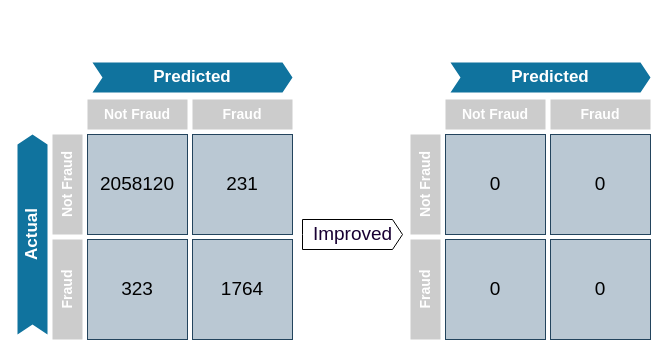
WindyCatHub/Journey-to-Data-Science keeps this draw.io diagram as images/Improvement.drawio. Above is the earlier version. Source tidied: cells renumbered, new cells numbered last; positions are measured from the earlier drawing's top-left corner, leaving out a move shared by most shapes. Both pictures are drawn from the tidied source at 100%, with x=0, y=0 at pixel (-68, 62).
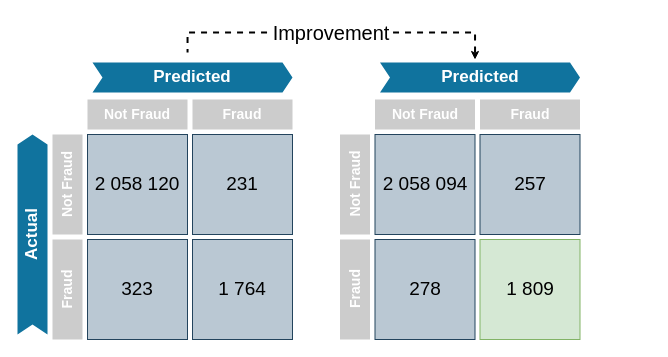
Above is the later version.

Change to the diagram source:
```diff
@@
-    <mxCell id="2" value="2058120" style="html=1;fillColor=#bac8d3;strokeColor=#23445d;shadow=0;fontSize=19;align=center;fontStyle=0;whiteSpace=wrap;rounded=0;" parent="1" vertex="1">
+    <mxCell id="2" value="2 058 120" style="html=1;fillColor=#bac8d3;strokeColor=#23445d;shadow=0;fontSize=19;align=center;fontStyle=0;whiteSpace=wrap;rounded=0;" parent="1" vertex="1">
       <mxGeometry x="155" y="72" width="100" height="100" as="geometry" />
     </mxCell>
@@
-    <mxCell id="5" value="1764" style="html=1;fillColor=#bac8d3;strokeColor=#23445d;shadow=0;fontSize=19;align=center;fontStyle=0;whiteSpace=wrap;rounded=0;" parent="1" vertex="1">
+    <mxCell id="5" value="1 764" style="html=1;fillColor=#bac8d3;strokeColor=#23445d;shadow=0;fontSize=19;align=center;fontStyle=0;whiteSpace=wrap;rounded=0;" parent="1" vertex="1">
       <mxGeometry x="260" y="177" width="100" height="100" as="geometry" />
     </mxCell>
@@
-    <mxCell id="12" value="0" style="html=1;fillColor=#bac8d3;strokeColor=#23445d;shadow=0;fontSize=19;align=center;fontStyle=0;whiteSpace=wrap;rounded=0;" parent="1" vertex="1">
-      <mxGeometry x="513" y="72" width="100" height="100" as="geometry" />
+    <mxCell id="12" value="2 058 094" style="html=1;fillColor=#bac8d3;strokeColor=#23445d;shadow=0;fontSize=19;align=center;fontStyle=0;whiteSpace=wrap;rounded=0;" parent="1" vertex="1">
+      <mxGeometry x="442.5" y="72" width="100" height="100" as="geometry" />
     </mxCell>
-    <mxCell id="13" value="0" style="html=1;fillColor=#bac8d3;strokeColor=#23445d;shadow=0;fontSize=19;align=center;fontStyle=0;whiteSpace=wrap;rounded=0;" parent="1" vertex="1">
-      <mxGeometry x="618" y="72" width="100" height="100" as="geometry" />
+    <mxCell id="13" value="257" style="html=1;fillColor=#bac8d3;strokeColor=#23445d;shadow=0;fontSize=19;align=center;fontStyle=0;whiteSpace=wrap;rounded=0;" parent="1" vertex="1">
+      <mxGeometry x="547.5" y="72" width="100" height="100" as="geometry" />
     </mxCell>
-    <mxCell id="14" value="0" style="html=1;fillColor=#bac8d3;strokeColor=#23445d;shadow=0;fontSize=19;align=center;fontStyle=0;whiteSpace=wrap;rounded=0;" parent="1" vertex="1">
-      <mxGeometry x="513" y="177" width="100" height="100" as="geometry" />
+    <mxCell id="14" value="278" style="html=1;fillColor=#bac8d3;strokeColor=#23445d;shadow=0;fontSize=19;align=center;fontStyle=0;whiteSpace=wrap;rounded=0;" parent="1" vertex="1">
+      <mxGeometry x="442.5" y="177" width="100" height="100" as="geometry" />
     </mxCell>
-    <mxCell id="15" value="0" style="html=1;fillColor=#bac8d3;strokeColor=#23445d;shadow=0;fontSize=19;align=center;fontStyle=0;whiteSpace=wrap;rounded=0;" parent="1" vertex="1">
-      <mxGeometry x="618" y="177" width="100" height="100" as="geometry" />
+    <mxCell id="15" value="1 809" style="html=1;fillColor=#d5e8d4;strokeColor=#82b366;shadow=0;fontSize=19;align=center;fontStyle=0;whiteSpace=wrap;rounded=0;" parent="1" vertex="1">
+      <mxGeometry x="547.5" y="177" width="100" height="100" as="geometry" />
     </mxCell>
     <mxCell id="16" value="Not Fraud" style="html=1;fillColor=#CCCCCC;strokeColor=none;shadow=0;fontSize=14;fontColor=#FFFFFF;align=center;fontStyle=1;whiteSpace=wrap;horizontal=0;rounded=0;" parent="1" vertex="1">
-      <mxGeometry x="478" y="72" width="30" height="100" as="geometry" />
+      <mxGeometry x="407.5" y="72" width="30" height="100" as="geometry" />
     </mxCell>
     <mxCell id="17" value="Fraud" style="html=1;fillColor=#CCCCCC;strokeColor=none;shadow=0;fontSize=14;fontColor=#FFFFFF;align=center;fontStyle=1;whiteSpace=wrap;horizontal=0;rounded=0;" parent="1" vertex="1">
-      <mxGeometry x="478" y="177" width="30" height="100" as="geometry" />
+      <mxGeometry x="407.5" y="177" width="30" height="100" as="geometry" />
     </mxCell>
     <mxCell id="18" value="Not Fraud" style="html=1;fillColor=#CCCCCC;strokeColor=none;shadow=0;fontSize=14;fontColor=#FFFFFF;align=center;fontStyle=1;whiteSpace=wrap;rounded=0;" parent="1" vertex="1">
-      <mxGeometry x="513" y="37" width="100" height="30" as="geometry" />
+      <mxGeometry x="442.5" y="37" width="100" height="30" as="geometry" />
     </mxCell>
     <mxCell id="19" value="Fraud" style="html=1;fillColor=#CCCCCC;strokeColor=none;shadow=0;fontSize=14;fontColor=#FFFFFF;align=center;fontStyle=1;whiteSpace=wrap;rounded=0;" parent="1" vertex="1">
-      <mxGeometry x="618" y="37" width="100" height="30" as="geometry" />
+      <mxGeometry x="547.5" y="37" width="100" height="30" as="geometry" />
     </mxCell>
     <mxCell id="20" value="Predicted" style="shape=step;perimeter=stepPerimeter;whiteSpace=wrap;html=1;fixedSize=1;size=10;fillColor=#10739E;strokeColor=none;fontSize=17;fontStyle=1;align=center;fontColor=#FFFFFF;" parent="1" vertex="1">
-      <mxGeometry x="518" width="200" height="30" as="geometry" />
+      <mxGeometry x="447.5" width="200" height="30" as="geometry" />
     </mxCell>
-    <mxCell id="21" value="Improved" style="html=1;shadow=0;dashed=0;align=center;verticalAlign=middle;shape=mxgraph.arrows2.arrow;dy=0;dx=10;notch=0;fontSize=19;fontColor=#190033;" parent="1" vertex="1">
-      <mxGeometry x="370" y="157" width="100" height="30" as="geometry" />
-    </mxCell>
+    <mxCell id="22" style="strokeWidth=2;html=1;shape=mxgraph.flowchart.annotation_1;align=left;rotation=90;dashed=1;verticalAlign=middle;gradientColor=none;" parent="1" vertex="1">
+      <mxGeometry x="388.8" y="-163.8" width="20" height="287.5" as="geometry" />
+    </mxCell>
+    <mxCell id="23" value="Improvement" style="text;html=1;align=center;verticalAlign=middle;whiteSpace=wrap;rounded=0;dashed=1;fontSize=20;labelBackgroundColor=default;" parent="1" vertex="1">
+      <mxGeometry x="368.8" y="-45" width="60" height="30" as="geometry" />
+    </mxCell>
+    <mxCell id="24" style="endArrow=classic;html=1;rounded=0;fontSize=20;" parent="1" edge="1">
+      <mxGeometry relative="1" as="geometry">
+        <mxPoint x="542.5" y="-13" as="sourcePoint" />
+        <mxPoint x="542.5" y="-3" as="targetPoint" />
+      </mxGeometry>
+    </mxCell>
```
